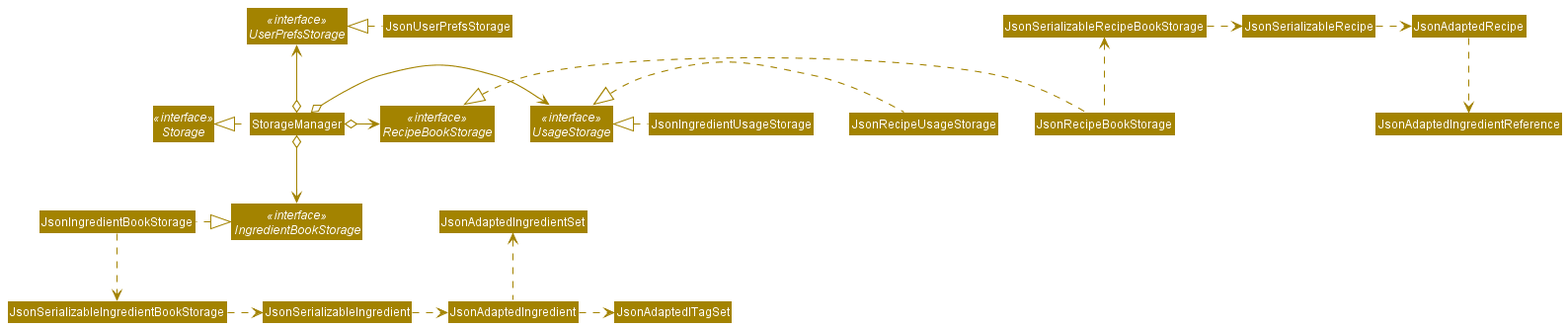
The PlantUML diagram docs/images/StorageClassDiagram.png in nus-cs2103-AY2021S1/tp, before a commit.
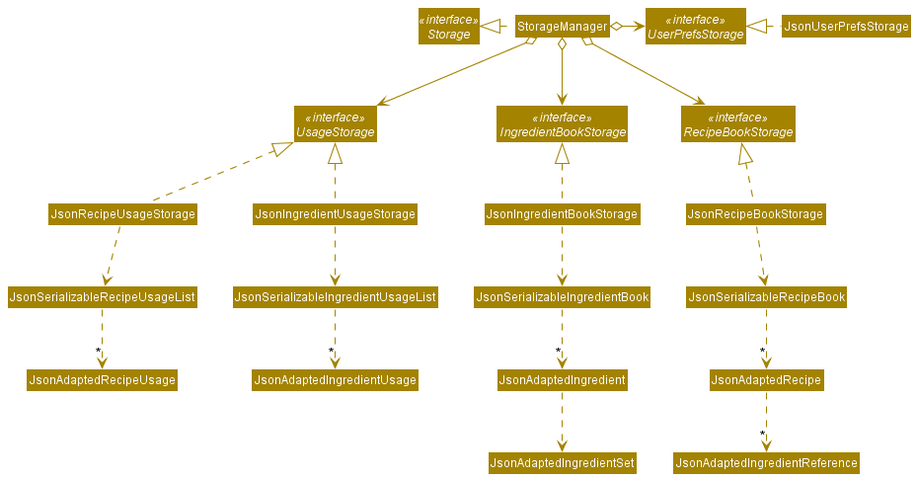
Later version of the same file.

Commit message:
Update storage uml

Change to the diagram source:
```diff
@@ -5,38 +5,56 @@
 skinparam classBackgroundColor STORAGE_COLOR
 
 Interface Storage <<interface>>
+Class StorageManager
+
 Interface UserPrefsStorage <<interface>>
 Interface RecipeBookStorage <<interface>>
 Interface IngredientBookStorage <<interface>>
 Interface UsageStorage <<interface>>
 
+Class JsonUserPrefsStorage
 
-Class StorageManager
-Class JsonUserPrefsStorage
 Class JsonRecipeBookStorage
+Class JsonSerializableRecipeBook
+Class JsonAdaptedRecipe
+Class JsonAdaptedIngredientReference
+
 Class JsonIngredientBookStorage
+Class JsonSerializableIngredientBook
+Class JsonAdaptedIngredient
+Class JsonAdaptedIngredientSet
+
 Class JsonRecipeUsageStorage
+Class JsonSerializableRecipeUsageList
+Class JsonAdaptedRecipeUsage
+
 Class JsonIngredientUsageStorage
-
+Class JsonSerializableIngredientUsageList
+Class JsonAdaptedIngredientUsage
 
 StorageManager .left.|> Storage
-StorageManager o-up-> UserPrefsStorage
-StorageManager o-right-> RecipeBookStorage
+StorageManager o-right-> UserPrefsStorage
+StorageManager o-down-> RecipeBookStorage
 StorageManager o-down-> IngredientBookStorage
-StorageManager o-right-> UsageStorage
+StorageManager o-down-> UsageStorage
 
 JsonUserPrefsStorage .left.|> UserPrefsStorage
-JsonRecipeBookStorage .left.|> RecipeBookStorage
-JsonRecipeBookStorage .up.> JsonSerializableRecipeBookStorage
-JsonSerializableRecipeBookStorage .right.> JsonSerializableRecipe
-JsonSerializableRecipe .right.> JsonAdaptedRecipe
-JsonAdaptedRecipe .down.> JsonAdaptedIngredientReference
-JsonIngredientBookStorage .left.|> IngredientBookStorage
-JsonIngredientBookStorage .down.> JsonSerializableIngredientBookStorage
-JsonRecipeUsageStorage .left.|> UsageStorage
-JsonIngredientUsageStorage .left.|> UsageStorage
-JsonSerializableIngredientBookStorage .right.> JsonSerializableIngredient
-JsonSerializableIngredient .right.> JsonAdaptedIngredient
-JsonAdaptedIngredient .up.> JsonAdaptedIngredientSet
-JsonAdaptedIngredient .right.> JsonAdaptedITagSet
+
+JsonRecipeBookStorage .up.|> RecipeBookStorage
+JsonRecipeBookStorage .down.> JsonSerializableRecipeBook
+JsonSerializableRecipeBook .down.> "*" JsonAdaptedRecipe
+JsonAdaptedRecipe .down.> "*" JsonAdaptedIngredientReference
+
+JsonIngredientBookStorage .up.|> IngredientBookStorage
+JsonIngredientBookStorage .down.> JsonSerializableIngredientBook
+JsonSerializableIngredientBook .down.> "*" JsonAdaptedIngredient
+JsonAdaptedIngredient .down.> JsonAdaptedIngredientSet
+
+JsonRecipeUsageStorage .up.|> UsageStorage
+JsonRecipeUsageStorage .down.> JsonSerializableRecipeUsageList
+JsonSerializableRecipeUsageList .down.> "*" JsonAdaptedRecipeUsage
+
+JsonIngredientUsageStorage .up.|> UsageStorage
+JsonIngredientUsageStorage .down.> JsonSerializableIngredientUsageList
+JsonSerializableIngredientUsageList .down.> "*" JsonAdaptedIngredientUsage
 @enduml
```
